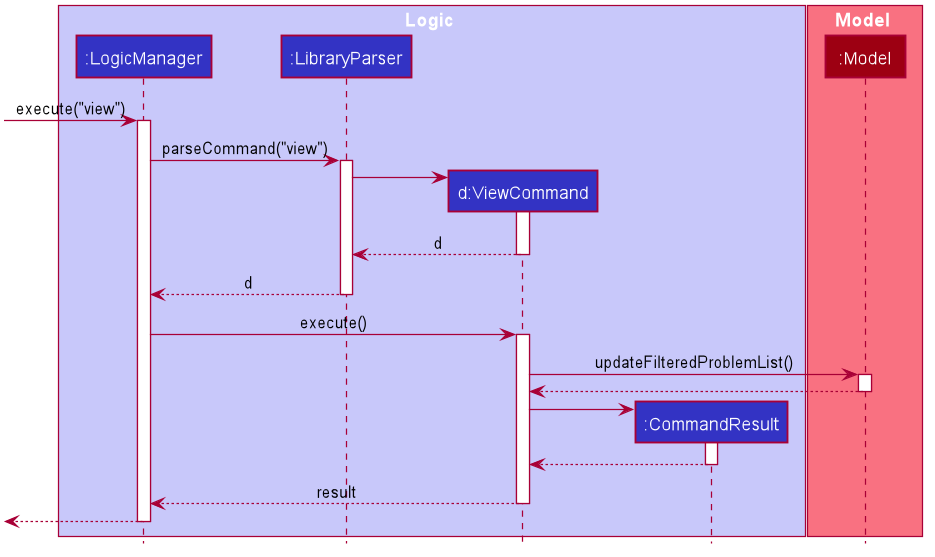
This is docs/images/ViewProblemSequenceDiagram.png from richardcom/tp, a PlantUML export, as it was before one commit. Its diagram source:
```plantuml
@startuml








skinparam BackgroundColor #FFFFFFF

skinparam Shadowing false

skinparam Class {
    FontColor #FFFFFF
    BorderThickness 1
    BorderColor #FFFFFF
    StereotypeFontColor #FFFFFF
    FontName Arial
}

skinparam Actor {
    BorderColor #000000
    Color #000000
    FontName Arial
}

skinparam Sequence {
    MessageAlign center
    BoxFontSize 15
    BoxPadding 0
    BoxFontColor #FFFFFF
    FontName Arial
}

skinparam Participant {
    FontColor #FFFFFFF
    Padding 20
}

skinparam MinClassWidth 50
skinparam ParticipantPadding 10
skinparam Shadowing false
skinparam DefaultTextAlignment center
skinparam packageStyle Rectangle

hide footbox
hide members
hide circle

box Logic #C8C8FA
participant ":LogicManager" as LogicManager #3333C4
participant ":LibraryParser" as LibraryParser #3333C4
participant "d:ViewCommand" as ViewCommand #3333C4
participant ":CommandResult" as CommandResult #3333C4
end box

box Model #F97181
participant ":Model" as Model #9D0012
end box

[-> LogicManager : execute("view")
activate LogicManager

LogicManager -> LibraryParser : parseCommand("view")
activate LibraryParser

create ViewCommand
LibraryParser -> ViewCommand
activate ViewCommand

ViewCommand --> LibraryParser : d
deactivate ViewCommand

LibraryParser --> LogicManager : d
deactivate LibraryParser

LogicManager -> ViewCommand : execute()
activate ViewCommand

ViewCommand -> Model : updateFilteredProblemList()
activate Model

Model --> ViewCommand
deactivate Model

create CommandResult
ViewCommand -> CommandResult
activate CommandResult

CommandResult --> ViewCommand
deactivate CommandResult

ViewCommand --> LogicManager : result
deactivate ViewCommand

[<--LogicManager
deactivate LogicManager
@enduml
```
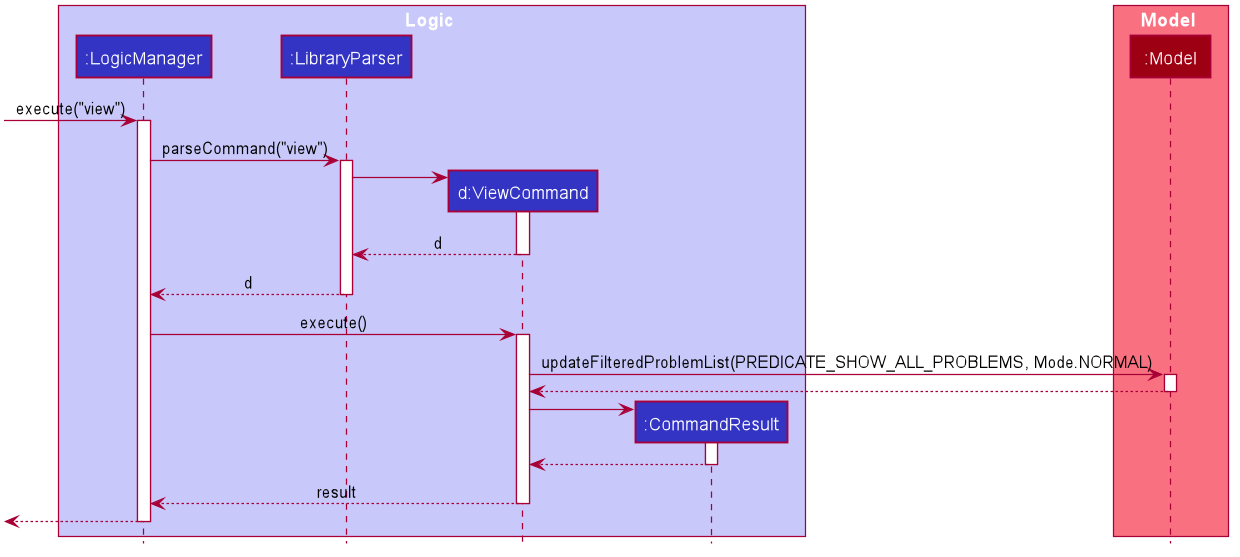
Above is the later version.

What changed in the source:
```diff
@@ -78,7 +78,7 @@
 LogicManager -> ViewCommand : execute()
 activate ViewCommand
 
-ViewCommand -> Model : updateFilteredProblemList()
+ViewCommand -> Model : updateFilteredProblemList(PREDICATE_SHOW_ALL_PROBLEMS, Mode.NORMAL)
 activate Model
 
 Model --> ViewCommand
```
